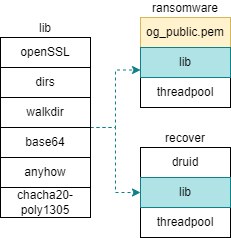
giwiro/nakitai keeps this draw.io diagram as assets/compile.png. Above is the earlier version. Source tidied: cells renumbered, new cells last; positions are measured from the earlier drawing's top-left corner, leaving out a move shared by most shapes.
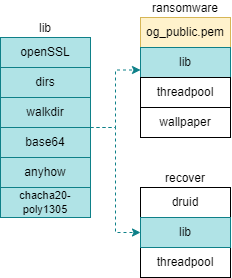
The same file after the commit.

Diff of the diagram source:
```diff
@@ -2,23 +2,8 @@
   <root>
     <mxCell id="0" />
     <mxCell id="1" parent="0" />
-    <mxCell id="2" style="group;" parent="1" vertex="1">
-      <mxGeometry x="140" width="90" height="90" as="geometry" />
-    </mxCell>
-    <mxCell id="3" value="ransomware" style="rounded=0;whiteSpace=wrap;html=1;verticalAlign=bottom;horizontal=1;align=center;labelPosition=center;verticalLabelPosition=top;" parent="2" vertex="1">
-      <mxGeometry width="90" height="90" as="geometry" />
-    </mxCell>
-    <mxCell id="4" value="og_public.pem" style="rounded=0;whiteSpace=wrap;html=1;fillColor=#fff2cc;strokeColor=#d6b656;verticalAlign=middle;horizontal=1;align=center;labelPosition=center;verticalLabelPosition=middle;" parent="2" vertex="1">
-      <mxGeometry width="90" height="30" as="geometry" />
-    </mxCell>
-    <mxCell id="5" value="threadpool" style="rounded=0;whiteSpace=wrap;html=1;verticalAlign=middle;horizontal=1;align=center;labelPosition=center;verticalLabelPosition=middle;" parent="2" vertex="1">
-      <mxGeometry y="60" width="90" height="30" as="geometry" />
-    </mxCell>
-    <mxCell id="6" value="lib" style="rounded=0;whiteSpace=wrap;html=1;verticalAlign=middle;horizontal=1;align=center;labelPosition=center;verticalLabelPosition=middle;fillColor=#b0e3e6;strokeColor=#0e8088;" parent="2" vertex="1">
-      <mxGeometry y="30" width="90" height="30" as="geometry" />
-    </mxCell>
     <mxCell id="7" style="group;" parent="1" vertex="1">
-      <mxGeometry x="140" y="130" width="90" height="90" as="geometry" />
+      <mxGeometry x="140" y="170" width="90" height="90" as="geometry" />
     </mxCell>
     <mxCell id="8" value="recover" style="rounded=0;whiteSpace=wrap;html=1;verticalAlign=bottom;horizontal=1;align=center;labelPosition=center;verticalLabelPosition=top;" parent="7" vertex="1">
       <mxGeometry width="90" height="90" as="geometry" />
@@ -32,6 +17,9 @@
     <mxCell id="11" value="lib" style="rounded=0;whiteSpace=wrap;html=1;verticalAlign=middle;horizontal=1;align=center;labelPosition=center;verticalLabelPosition=middle;fillColor=#b0e3e6;strokeColor=#0e8088;" parent="7" vertex="1">
       <mxGeometry y="30" width="90" height="30" as="geometry" />
     </mxCell>
+    <mxCell id="22" style="edgeStyle=orthogonalEdgeStyle;rounded=0;orthogonalLoop=1;jettySize=auto;html=1;exitX=0.5;exitY=1;exitDx=0;exitDy=0;dashed=1;" parent="7" edge="1" source="11" target="11">
+      <mxGeometry relative="1" as="geometry" />
+    </mxCell>
     <mxCell id="12" style="edgeStyle=orthogonalEdgeStyle;rounded=0;jettySize=auto;html=1;entryX=0;entryY=0.75;entryDx=0;entryDy=0;dashed=1;fillColor=#b0e3e6;strokeColor=#0e8088;" parent="1" edge="1" source="17" target="6">
       <mxGeometry relative="1" as="geometry">
         <Array as="points">
@@ -44,33 +32,51 @@
       <mxGeometry relative="1" as="geometry">
         <Array as="points">
           <mxPoint x="115" y="110" />
-          <mxPoint x="115" y="175" />
+          <mxPoint x="115" y="215" />
         </Array>
       </mxGeometry>
     </mxCell>
-    <mxCell id="14" style="group;" parent="1" vertex="1">
+    <mxCell id="14" style="group;fillColor=#b0e3e6;strokeColor=#0e8088;" parent="1" vertex="1">
       <mxGeometry y="20" width="90" height="180" as="geometry" />
     </mxCell>
-    <mxCell id="15" value="lib" style="rounded=0;whiteSpace=wrap;html=1;verticalAlign=bottom;horizontal=1;align=center;labelPosition=center;verticalLabelPosition=top;" parent="14" vertex="1">
+    <mxCell id="15" value="lib" style="rounded=0;whiteSpace=wrap;html=1;verticalAlign=bottom;horizontal=1;align=center;labelPosition=center;verticalLabelPosition=top;fillColor=#b0e3e6;strokeColor=#0e8088;" parent="14" vertex="1">
       <mxGeometry width="90" height="180" as="geometry" />
     </mxCell>
-    <mxCell id="16" value="openSSL" style="rounded=0;whiteSpace=wrap;html=1;verticalAlign=middle;horizontal=1;align=center;labelPosition=center;verticalLabelPosition=middle;" parent="14" vertex="1">
+    <mxCell id="16" value="openSSL" style="rounded=0;whiteSpace=wrap;html=1;verticalAlign=middle;horizontal=1;align=center;labelPosition=center;verticalLabelPosition=middle;fillColor=#b0e3e6;strokeColor=#0e8088;" parent="14" vertex="1">
       <mxGeometry width="90" height="30" as="geometry" />
     </mxCell>
-    <mxCell id="17" value="walkdir" style="rounded=0;whiteSpace=wrap;html=1;verticalAlign=middle;horizontal=1;align=center;labelPosition=center;verticalLabelPosition=middle;" parent="14" vertex="1">
+    <mxCell id="17" value="walkdir" style="rounded=0;whiteSpace=wrap;html=1;verticalAlign=middle;horizontal=1;align=center;labelPosition=center;verticalLabelPosition=middle;fillColor=#b0e3e6;strokeColor=#0e8088;" parent="14" vertex="1">
       <mxGeometry y="60" width="90" height="30" as="geometry" />
     </mxCell>
-    <mxCell id="18" value="dirs" style="rounded=0;whiteSpace=wrap;html=1;verticalAlign=middle;horizontal=1;align=center;labelPosition=center;verticalLabelPosition=middle;" parent="14" vertex="1">
+    <mxCell id="18" value="dirs" style="rounded=0;whiteSpace=wrap;html=1;verticalAlign=middle;horizontal=1;align=center;labelPosition=center;verticalLabelPosition=middle;fillColor=#b0e3e6;strokeColor=#0e8088;" parent="14" vertex="1">
       <mxGeometry y="30" width="90" height="30" as="geometry" />
     </mxCell>
-    <mxCell id="19" value="base64" style="rounded=0;whiteSpace=wrap;html=1;verticalAlign=middle;horizontal=1;align=center;labelPosition=center;verticalLabelPosition=middle;" parent="14" vertex="1">
+    <mxCell id="19" value="base64" style="rounded=0;whiteSpace=wrap;html=1;verticalAlign=middle;horizontal=1;align=center;labelPosition=center;verticalLabelPosition=middle;fillColor=#b0e3e6;strokeColor=#0e8088;" parent="14" vertex="1">
       <mxGeometry y="90" width="90" height="30" as="geometry" />
     </mxCell>
-    <mxCell id="20" value="anyhow" style="rounded=0;whiteSpace=wrap;html=1;verticalAlign=middle;horizontal=1;align=center;labelPosition=center;verticalLabelPosition=middle;" parent="14" vertex="1">
+    <mxCell id="20" value="anyhow" style="rounded=0;whiteSpace=wrap;html=1;verticalAlign=middle;horizontal=1;align=center;labelPosition=center;verticalLabelPosition=middle;fillColor=#b0e3e6;strokeColor=#0e8088;" parent="14" vertex="1">
       <mxGeometry y="120" width="90" height="30" as="geometry" />
     </mxCell>
-    <mxCell id="21" value="chacha20-poly1305" style="rounded=0;html=1;verticalAlign=middle;horizontal=1;align=center;labelPosition=center;verticalLabelPosition=middle;whiteSpace=wrap;" parent="14" vertex="1">
+    <mxCell id="21" value="chacha20-poly1305" style="rounded=0;html=1;verticalAlign=middle;horizontal=1;align=center;labelPosition=center;verticalLabelPosition=middle;whiteSpace=wrap;fillColor=#b0e3e6;strokeColor=#0e8088;fontSize=11;" parent="14" vertex="1">
       <mxGeometry y="150" width="90" height="30" as="geometry" />
     </mxCell>
+    <mxCell id="23" style="group;" parent="1" vertex="1">
+      <mxGeometry x="140" width="90" height="120" as="geometry" />
+    </mxCell>
+    <mxCell id="3" value="ransomware" style="rounded=0;whiteSpace=wrap;html=1;verticalAlign=bottom;horizontal=1;align=center;labelPosition=center;verticalLabelPosition=top;" parent="23" vertex="1">
+      <mxGeometry width="90" height="120" as="geometry" />
+    </mxCell>
+    <mxCell id="4" value="og_public.pem" style="rounded=0;whiteSpace=wrap;html=1;fillColor=#fff2cc;strokeColor=#d6b656;verticalAlign=middle;horizontal=1;align=center;labelPosition=center;verticalLabelPosition=middle;" parent="23" vertex="1">
+      <mxGeometry width="90" height="30" as="geometry" />
+    </mxCell>
+    <mxCell id="5" value="wallpaper" style="rounded=0;whiteSpace=wrap;html=1;verticalAlign=middle;horizontal=1;align=center;labelPosition=center;verticalLabelPosition=middle;" parent="23" vertex="1">
+      <mxGeometry y="90" width="90" height="30" as="geometry" />
+    </mxCell>
+    <mxCell id="6" value="lib" style="rounded=0;whiteSpace=wrap;html=1;verticalAlign=middle;horizontal=1;align=center;labelPosition=center;verticalLabelPosition=middle;fillColor=#b0e3e6;strokeColor=#0e8088;" parent="23" vertex="1">
+      <mxGeometry y="30" width="90" height="30" as="geometry" />
+    </mxCell>
+    <mxCell id="24" value="threadpool" style="rounded=0;whiteSpace=wrap;html=1;verticalAlign=middle;horizontal=1;align=center;labelPosition=center;verticalLabelPosition=middle;" parent="23" vertex="1">
+      <mxGeometry y="60" width="90" height="30" as="geometry" />
+    </mxCell>
   </root>
 </mxGraphModel>
```
